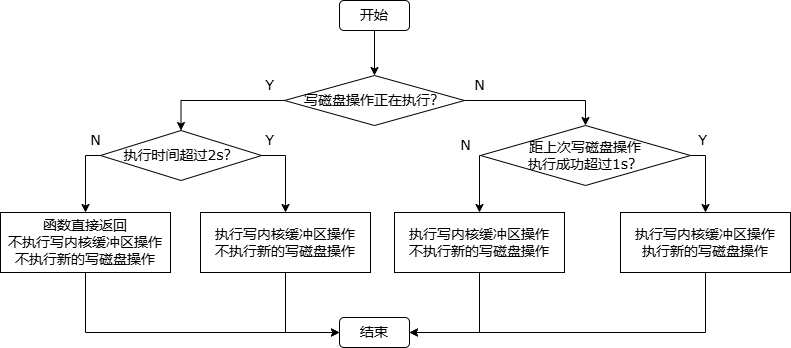
The draw.io diagram redis/AOF保存模式流程图.drawio.png in guxdong/imgrepo, before a commit. Source tidied: cells renumbered, new cells last; positions are measured from the earlier drawing's top-left corner, leaving out a move shared by most shapes. Source of this version:
```xml
<mxGraphModel>
  <root>
    <mxCell id="0" />
    <mxCell id="1" parent="0" />
    <mxCell id="2" value="&lt;font style=&quot;font-size: 14px;&quot; face=&quot;Verdana&quot;&gt;开始&lt;/font&gt;" style="rounded=1;whiteSpace=wrap;html=1;" parent="1" vertex="1">
      <mxGeometry x="339" width="70" height="30" as="geometry" />
    </mxCell>
    <mxCell id="3" value="&lt;font style=&quot;font-size: 14px;&quot; face=&quot;Verdana&quot;&gt;写磁盘操作正在执行？&lt;/font&gt;" style="rhombus;whiteSpace=wrap;html=1;" parent="1" vertex="1">
      <mxGeometry x="284" y="75" width="180" height="50" as="geometry" />
    </mxCell>
    <mxCell id="4" value="&lt;font face=&quot;Verdana&quot;&gt;&lt;span style=&quot;font-size: 14px;&quot;&gt;执行时间超过2s？&lt;/span&gt;&lt;/font&gt;" style="rhombus;whiteSpace=wrap;html=1;" parent="1" vertex="1">
      <mxGeometry x="100" y="130" width="161" height="50" as="geometry" />
    </mxCell>
    <mxCell id="5" value="&lt;font face=&quot;Verdana&quot;&gt;&lt;span style=&quot;font-size: 14px;&quot;&gt;距上次写磁盘操作&lt;/span&gt;&lt;/font&gt;&lt;div&gt;&lt;font face=&quot;Verdana&quot;&gt;&lt;span style=&quot;font-size: 14px;&quot;&gt;执行成功超过1s？&lt;/span&gt;&lt;/font&gt;&lt;/div&gt;" style="rhombus;whiteSpace=wrap;html=1;" parent="1" vertex="1">
      <mxGeometry x="480" y="125" width="210" height="60" as="geometry" />
    </mxCell>
    <mxCell id="6" value="&lt;font style=&quot;font-size: 14px;&quot; face=&quot;Verdana&quot;&gt;函数直接返回&lt;/font&gt;&lt;div&gt;&lt;font style=&quot;font-size: 14px;&quot; face=&quot;Verdana&quot;&gt;不执行写内核缓冲区操作&lt;/font&gt;&lt;/div&gt;&lt;div&gt;&lt;font style=&quot;font-size: 14px;&quot; face=&quot;Verdana&quot;&gt;不执行新的写磁盘操作&lt;/font&gt;&lt;/div&gt;" style="rounded=0;whiteSpace=wrap;html=1;" parent="1" vertex="1">
      <mxGeometry y="212" width="170" height="60" as="geometry" />
    </mxCell>
    <mxCell id="7" value="&lt;div&gt;&lt;font style=&quot;font-size: 14px;&quot; face=&quot;Verdana&quot;&gt;执行写内核缓冲区操作&lt;/font&gt;&lt;/div&gt;&lt;div&gt;&lt;font style=&quot;font-size: 14px;&quot; face=&quot;Verdana&quot;&gt;不执行新的写磁盘操作&lt;/font&gt;&lt;/div&gt;" style="rounded=0;whiteSpace=wrap;html=1;" parent="1" vertex="1">
      <mxGeometry x="200" y="212" width="170" height="60" as="geometry" />
    </mxCell>
    <mxCell id="8" value="&lt;div&gt;&lt;font style=&quot;font-size: 14px;&quot; face=&quot;Verdana&quot;&gt;执行写内核缓冲区操作&lt;/font&gt;&lt;/div&gt;&lt;div&gt;&lt;font style=&quot;font-size: 14px;&quot; face=&quot;Verdana&quot;&gt;不执行新的写磁盘操作&lt;/font&gt;&lt;/div&gt;" style="rounded=0;whiteSpace=wrap;html=1;" parent="1" vertex="1">
      <mxGeometry x="394" y="212" width="170" height="60" as="geometry" />
    </mxCell>
    <mxCell id="9" value="&lt;div&gt;&lt;font style=&quot;font-size: 14px;&quot; face=&quot;Verdana&quot;&gt;执行写内核缓冲区操作&lt;/font&gt;&lt;/div&gt;&lt;div&gt;&lt;font style=&quot;font-size: 14px;&quot; face=&quot;Verdana&quot;&gt;执行新的写磁盘操作&lt;/font&gt;&lt;/div&gt;" style="rounded=0;whiteSpace=wrap;html=1;" parent="1" vertex="1">
      <mxGeometry x="620" y="212" width="170" height="60" as="geometry" />
    </mxCell>
    <mxCell id="10" style="endArrow=classic;html=1;rounded=0;exitX=0.5;exitY=1;exitDx=0;exitDy=0;entryX=0.5;entryY=0;entryDx=0;entryDy=0;" parent="1" edge="1" source="2" target="3">
      <mxGeometry relative="1" as="geometry" />
    </mxCell>
    <mxCell id="11" value="&lt;font style=&quot;font-size: 14px;&quot; face=&quot;Verdana&quot;&gt;结束&lt;/font&gt;" style="rounded=1;whiteSpace=wrap;html=1;" parent="1" vertex="1">
      <mxGeometry x="339" y="317" width="70" height="30" as="geometry" />
    </mxCell>
    <mxCell id="12" style="endArrow=classic;html=1;rounded=0;exitX=0;exitY=0.5;exitDx=0;exitDy=0;entryX=0.5;entryY=0;entryDx=0;entryDy=0;edgeStyle=orthogonalEdgeStyle;" parent="1" edge="1" source="3" target="4">
      <mxGeometry relative="1" as="geometry" />
    </mxCell>
    <mxCell id="13" style="endArrow=classic;html=1;rounded=0;entryX=0.5;entryY=0;entryDx=0;entryDy=0;exitX=1;exitY=0.5;exitDx=0;exitDy=0;edgeStyle=orthogonalEdgeStyle;" parent="1" edge="1" source="3" target="5">
      <mxGeometry relative="1" as="geometry" />
    </mxCell>
    <mxCell id="14" style="endArrow=classic;html=1;rounded=0;exitX=0;exitY=0.5;exitDx=0;exitDy=0;entryX=0.5;entryY=0;entryDx=0;entryDy=0;edgeStyle=orthogonalEdgeStyle;" parent="1" edge="1" source="4" target="6">
      <mxGeometry relative="1" as="geometry" />
    </mxCell>
    <mxCell id="15" style="endArrow=classic;html=1;rounded=0;exitX=1;exitY=0.5;exitDx=0;exitDy=0;entryX=0.5;entryY=0;entryDx=0;entryDy=0;edgeStyle=orthogonalEdgeStyle;" parent="1" edge="1" source="4" target="7">
      <mxGeometry relative="1" as="geometry" />
    </mxCell>
    <mxCell id="16" style="endArrow=classic;html=1;rounded=0;entryX=0.5;entryY=0;entryDx=0;entryDy=0;exitX=0;exitY=0.5;exitDx=0;exitDy=0;edgeStyle=orthogonalEdgeStyle;" parent="1" edge="1" source="5" target="8">
      <mxGeometry relative="1" as="geometry">
        <Array as="points">
          <mxPoint x="479" y="155" />
        </Array>
      </mxGeometry>
    </mxCell>
    <mxCell id="17" style="endArrow=classic;html=1;rounded=0;exitX=1;exitY=0.5;exitDx=0;exitDy=0;entryX=0.5;entryY=0;entryDx=0;entryDy=0;edgeStyle=orthogonalEdgeStyle;" parent="1" edge="1" source="5" target="9">
      <mxGeometry relative="1" as="geometry" />
    </mxCell>
    <mxCell id="18" style="endArrow=classic;html=1;rounded=0;exitX=0.5;exitY=1;exitDx=0;exitDy=0;entryX=0;entryY=0.5;entryDx=0;entryDy=0;edgeStyle=orthogonalEdgeStyle;" parent="1" edge="1" source="6" target="11">
      <mxGeometry relative="1" as="geometry" />
    </mxCell>
    <mxCell id="19" style="endArrow=classic;html=1;rounded=0;exitX=0.5;exitY=1;exitDx=0;exitDy=0;entryX=0;entryY=0.5;entryDx=0;entryDy=0;edgeStyle=orthogonalEdgeStyle;" parent="1" edge="1" source="7" target="11">
      <mxGeometry relative="1" as="geometry" />
    </mxCell>
    <mxCell id="20" style="endArrow=classic;html=1;rounded=0;exitX=0.5;exitY=1;exitDx=0;exitDy=0;entryX=1;entryY=0.5;entryDx=0;entryDy=0;edgeStyle=orthogonalEdgeStyle;" parent="1" edge="1" source="8" target="11">
      <mxGeometry relative="1" as="geometry" />
    </mxCell>
    <mxCell id="21" style="endArrow=classic;html=1;rounded=0;entryX=1;entryY=0.5;entryDx=0;entryDy=0;exitX=0.5;exitY=1;exitDx=0;exitDy=0;edgeStyle=orthogonalEdgeStyle;" parent="1" edge="1" source="9" target="11">
      <mxGeometry relative="1" as="geometry" />
    </mxCell>
    <mxCell id="22" value="&lt;font face=&quot;Verdana&quot; style=&quot;font-size: 14px;&quot;&gt;Y&lt;/font&gt;" style="text;html=1;align=center;verticalAlign=middle;strokeColor=none;fillColor=none;" parent="1" vertex="1">
      <mxGeometry x="254" y="70" width="30" height="30" as="geometry" />
    </mxCell>
    <mxCell id="23" value="&lt;font face=&quot;Verdana&quot; style=&quot;font-size: 14px;&quot;&gt;Y&lt;/font&gt;" style="text;html=1;align=center;verticalAlign=middle;strokeColor=none;fillColor=none;" parent="1" vertex="1">
      <mxGeometry x="254" y="125" width="30" height="30" as="geometry" />
    </mxCell>
    <mxCell id="24" value="&lt;font face=&quot;Verdana&quot; style=&quot;font-size: 14px;&quot;&gt;N&lt;/font&gt;" style="text;html=1;align=center;verticalAlign=middle;strokeColor=none;fillColor=none;" parent="1" vertex="1">
      <mxGeometry x="464" y="70" width="30" height="30" as="geometry" />
    </mxCell>
    <mxCell id="25" value="&lt;font face=&quot;Verdana&quot; style=&quot;font-size: 14px;&quot;&gt;N&lt;/font&gt;" style="text;html=1;align=center;verticalAlign=middle;strokeColor=none;fillColor=none;" parent="1" vertex="1">
      <mxGeometry x="80" y="125" width="30" height="30" as="geometry" />
    </mxCell>
    <mxCell id="26" value="&lt;font face=&quot;Verdana&quot; style=&quot;font-size: 14px;&quot;&gt;Y&lt;/font&gt;" style="text;html=1;align=center;verticalAlign=middle;strokeColor=none;fillColor=none;" parent="1" vertex="1">
      <mxGeometry x="687" y="125" width="30" height="30" as="geometry" />
    </mxCell>
    <mxCell id="27" value="&lt;font face=&quot;Verdana&quot; style=&quot;font-size: 14px;&quot;&gt;N&lt;/font&gt;" style="text;html=1;align=center;verticalAlign=middle;strokeColor=none;fillColor=none;" parent="1" vertex="1">
      <mxGeometry x="450" y="130" width="30" height="30" as="geometry" />
    </mxCell>
  </root>
</mxGraphModel>
```
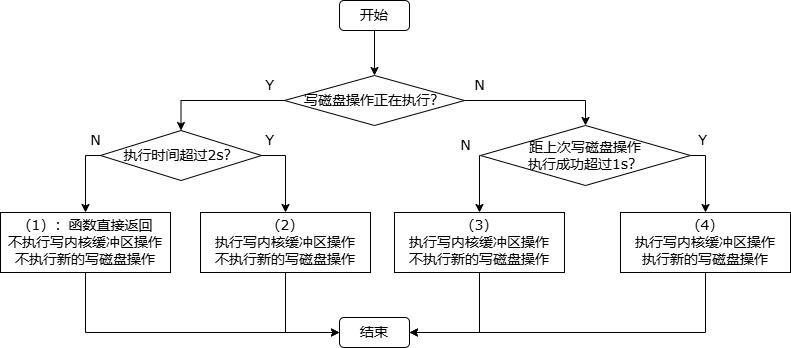
After the commit.

Commit message:
更新AOF保存模式流程图.drawio.png

Diff of the diagram source:
```diff
@@ -14,16 +14,16 @@
     <mxCell id="5" value="&lt;font face=&quot;Verdana&quot;&gt;&lt;span style=&quot;font-size: 14px;&quot;&gt;距上次写磁盘操作&lt;/span&gt;&lt;/font&gt;&lt;div&gt;&lt;font face=&quot;Verdana&quot;&gt;&lt;span style=&quot;font-size: 14px;&quot;&gt;执行成功超过1s？&lt;/span&gt;&lt;/font&gt;&lt;/div&gt;" style="rhombus;whiteSpace=wrap;html=1;" parent="1" vertex="1">
       <mxGeometry x="480" y="125" width="210" height="60" as="geometry" />
     </mxCell>
-    <mxCell id="6" value="&lt;font style=&quot;font-size: 14px;&quot; face=&quot;Verdana&quot;&gt;函数直接返回&lt;/font&gt;&lt;div&gt;&lt;font style=&quot;font-size: 14px;&quot; face=&quot;Verdana&quot;&gt;不执行写内核缓冲区操作&lt;/font&gt;&lt;/div&gt;&lt;div&gt;&lt;font style=&quot;font-size: 14px;&quot; face=&quot;Verdana&quot;&gt;不执行新的写磁盘操作&lt;/font&gt;&lt;/div&gt;" style="rounded=0;whiteSpace=wrap;html=1;" parent="1" vertex="1">
+    <mxCell id="6" value="&lt;font style=&quot;font-size: 14px;&quot; face=&quot;Verdana&quot;&gt;（1）：函数直接返回&lt;/font&gt;&lt;div&gt;&lt;font style=&quot;font-size: 14px;&quot; face=&quot;Verdana&quot;&gt;不执行写内核缓冲区操作&lt;/font&gt;&lt;/div&gt;&lt;div&gt;&lt;font style=&quot;font-size: 14px;&quot; face=&quot;Verdana&quot;&gt;不执行新的写磁盘操作&lt;/font&gt;&lt;/div&gt;" style="rounded=0;whiteSpace=wrap;html=1;" parent="1" vertex="1">
       <mxGeometry y="212" width="170" height="60" as="geometry" />
     </mxCell>
-    <mxCell id="7" value="&lt;div&gt;&lt;font style=&quot;font-size: 14px;&quot; face=&quot;Verdana&quot;&gt;执行写内核缓冲区操作&lt;/font&gt;&lt;/div&gt;&lt;div&gt;&lt;font style=&quot;font-size: 14px;&quot; face=&quot;Verdana&quot;&gt;不执行新的写磁盘操作&lt;/font&gt;&lt;/div&gt;" style="rounded=0;whiteSpace=wrap;html=1;" parent="1" vertex="1">
+    <mxCell id="7" value="&lt;div&gt;&lt;font style=&quot;font-size: 14px;&quot; face=&quot;Verdana&quot;&gt;（2）&lt;/font&gt;&lt;/div&gt;&lt;div&gt;&lt;font style=&quot;font-size: 14px;&quot; face=&quot;Verdana&quot;&gt;执行写内核缓冲区操作&lt;/font&gt;&lt;/div&gt;&lt;div&gt;&lt;font style=&quot;font-size: 14px;&quot; face=&quot;Verdana&quot;&gt;不执行新的写磁盘操作&lt;/font&gt;&lt;/div&gt;" style="rounded=0;whiteSpace=wrap;html=1;" parent="1" vertex="1">
       <mxGeometry x="200" y="212" width="170" height="60" as="geometry" />
     </mxCell>
-    <mxCell id="8" value="&lt;div&gt;&lt;font style=&quot;font-size: 14px;&quot; face=&quot;Verdana&quot;&gt;执行写内核缓冲区操作&lt;/font&gt;&lt;/div&gt;&lt;div&gt;&lt;font style=&quot;font-size: 14px;&quot; face=&quot;Verdana&quot;&gt;不执行新的写磁盘操作&lt;/font&gt;&lt;/div&gt;" style="rounded=0;whiteSpace=wrap;html=1;" parent="1" vertex="1">
+    <mxCell id="8" value="&lt;div&gt;&lt;font style=&quot;font-size: 14px;&quot; face=&quot;Verdana&quot;&gt;（3）&lt;/font&gt;&lt;/div&gt;&lt;div&gt;&lt;font style=&quot;font-size: 14px;&quot; face=&quot;Verdana&quot;&gt;执行写内核缓冲区操作&lt;/font&gt;&lt;/div&gt;&lt;div&gt;&lt;font style=&quot;font-size: 14px;&quot; face=&quot;Verdana&quot;&gt;不执行新的写磁盘操作&lt;/font&gt;&lt;/div&gt;" style="rounded=0;whiteSpace=wrap;html=1;" parent="1" vertex="1">
       <mxGeometry x="394" y="212" width="170" height="60" as="geometry" />
     </mxCell>
-    <mxCell id="9" value="&lt;div&gt;&lt;font style=&quot;font-size: 14px;&quot; face=&quot;Verdana&quot;&gt;执行写内核缓冲区操作&lt;/font&gt;&lt;/div&gt;&lt;div&gt;&lt;font style=&quot;font-size: 14px;&quot; face=&quot;Verdana&quot;&gt;执行新的写磁盘操作&lt;/font&gt;&lt;/div&gt;" style="rounded=0;whiteSpace=wrap;html=1;" parent="1" vertex="1">
+    <mxCell id="9" value="&lt;div&gt;&lt;font style=&quot;font-size: 14px;&quot; face=&quot;Verdana&quot;&gt;（4）&lt;/font&gt;&lt;/div&gt;&lt;div&gt;&lt;font style=&quot;font-size: 14px;&quot; face=&quot;Verdana&quot;&gt;执行写内核缓冲区操作&lt;/font&gt;&lt;/div&gt;&lt;div&gt;&lt;font style=&quot;font-size: 14px;&quot; face=&quot;Verdana&quot;&gt;执行新的写磁盘操作&lt;/font&gt;&lt;/div&gt;" style="rounded=0;whiteSpace=wrap;html=1;" parent="1" vertex="1">
       <mxGeometry x="620" y="212" width="170" height="60" as="geometry" />
     </mxCell>
     <mxCell id="10" style="endArrow=classic;html=1;rounded=0;exitX=0.5;exitY=1;exitDx=0;exitDy=0;entryX=0.5;entryY=0;entryDx=0;entryDy=0;" parent="1" edge="1" source="2" target="3">
```
